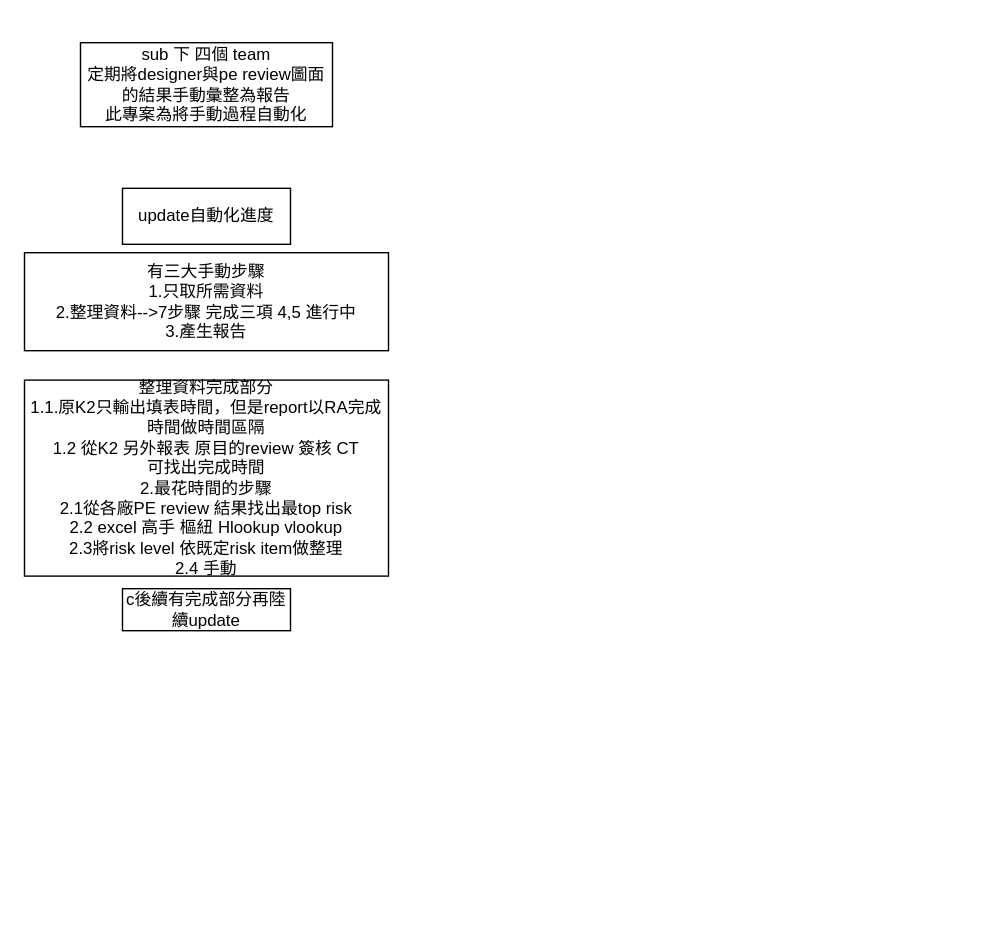
The draw.io diagram 0409.drawio in adrianwu0131/test-repo, before the edit. Source tidied: cells renumbered, new cells numbered last; positions are measured from the earlier drawing's top-left corner, leaving out a move shared by most shapes. Both pictures are drawn from the tidied source at 140%, with x=0, y=0 at pixel (24, 42).
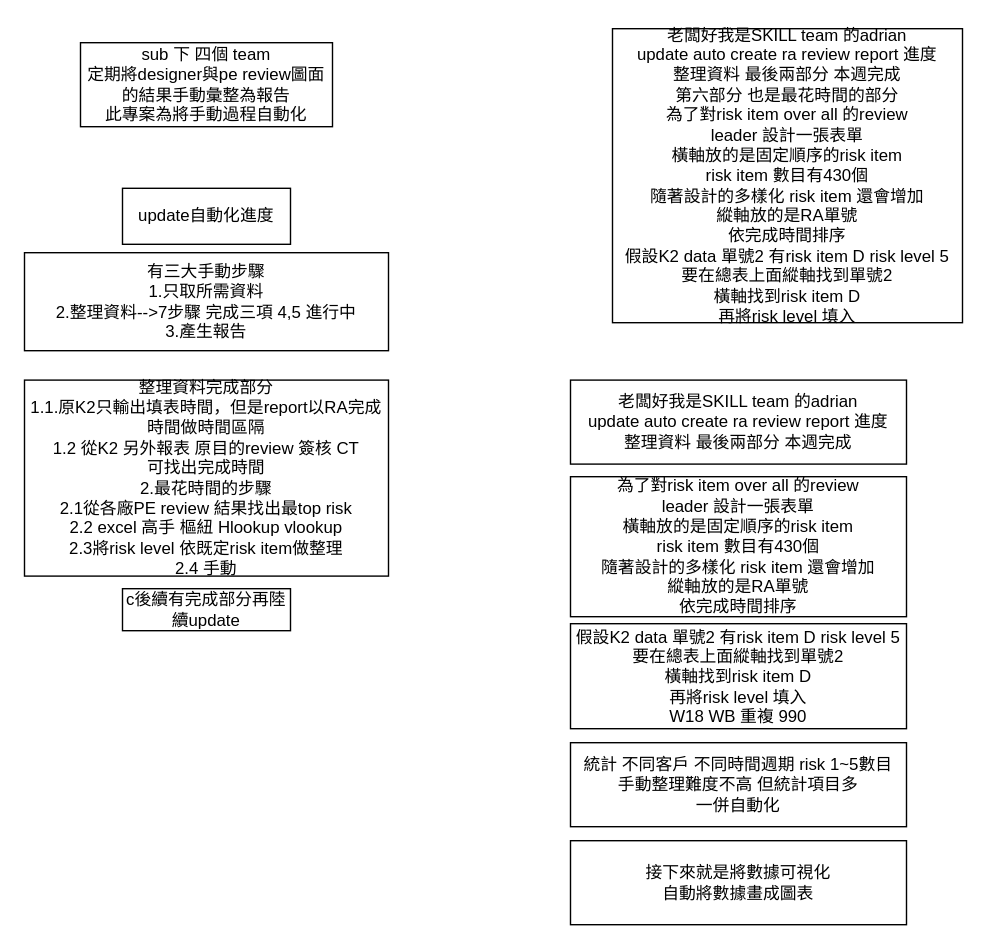
Above is the later version.

Diff of the diagram source:
```diff
@@
 <mxGraphModel>
   <root>
     <mxCell id="0" />
     <mxCell id="1" parent="0" />
     <mxCell id="2" value="sub 下 四個 team&lt;br&gt;定期將designer與pe review圖面的結果手動彙整為報告&lt;br&gt;此專案為將手動過程自動化" style="rounded=0;whiteSpace=wrap;html=1;" parent="1" vertex="1">
       <mxGeometry x="40" width="180" height="60" as="geometry" />
     </mxCell>
     <mxCell id="3" value="update自動化進度" style="rounded=0;whiteSpace=wrap;html=1;" parent="1" vertex="1">
       <mxGeometry x="70" y="104" width="120" height="40" as="geometry" />
     </mxCell>
     <mxCell id="4" value="有三大手動步驟&lt;br&gt;1.只取所需資料&lt;br&gt;2.整理資料--&amp;gt;7步驟 完成三項 4,5 進行中&lt;br&gt;3.產生報告" style="rounded=0;whiteSpace=wrap;html=1;" parent="1" vertex="1">
       <mxGeometry y="150" width="260" height="70" as="geometry" />
     </mxCell>
     <mxCell id="5" value="整理資料完成部分&lt;br&gt;1.1.原K2只輸出填表時間，但是report以RA完成時間做時間區隔&lt;br&gt;1.2 從K2 另外報表 原目的review 簽核 CT &lt;br&gt;可找出完成時間&lt;br&gt;2.最花時間的步驟&lt;br&gt;2.1從各廠PE review 結果找出最top risk&lt;br&gt;2.2 excel 高手 樞紐 Hlookup vlookup&lt;br&gt;2.3將risk level 依既定risk item做整理&lt;br&gt;2.4 手動" style="rounded=0;whiteSpace=wrap;html=1;" parent="1" vertex="1">
       <mxGeometry y="241" width="260" height="140" as="geometry" />
     </mxCell>
     <mxCell id="6" value="c後續有完成部分再陸續update" style="rounded=0;whiteSpace=wrap;html=1;" parent="1" vertex="1">
       <mxGeometry x="70" y="390" width="120" height="30" as="geometry" />
     </mxCell>
+    <mxCell id="7" value="老闆好我是SKILL team 的adrian&lt;br&gt;update auto create ra review report 進度&lt;br&gt;整理資料 最後兩部分 本週完成&lt;br&gt;第六部分 也是最花時間的部分&lt;br&gt;為了對risk item over all 的review&lt;br&gt;leader 設計一張表單&lt;br&gt;橫軸放的是固定順序的risk item&lt;br&gt;risk item 數目有430個&lt;br&gt;隨著設計的多樣化 risk item 還會增加&lt;br&gt;縱軸放的是RA單號&lt;br&gt;依完成時間排序&lt;br&gt;假設K2 data 單號2 有risk item D risk level 5&lt;br&gt;要在總表上面縱軸找到單號2&lt;br&gt;橫軸找到risk item D&lt;br&gt;再將risk level 填入" style="rounded=0;whiteSpace=wrap;html=1;" parent="1" vertex="1">
+      <mxGeometry x="420" y="-10" width="250" height="210" as="geometry" />
+    </mxCell>
+    <mxCell id="8" value="&lt;span&gt;老闆好我是SKILL team 的adrian&lt;/span&gt;&lt;br&gt;&lt;span&gt;update auto create ra review report 進度&lt;/span&gt;&lt;br&gt;&lt;span&gt;整理資料 最後兩部分 本週完成&lt;/span&gt;" style="rounded=0;whiteSpace=wrap;html=1;" parent="1" vertex="1">
+      <mxGeometry x="390" y="241" width="240" height="60" as="geometry" />
+    </mxCell>
+    <mxCell id="9" value="&lt;span&gt;為了對risk item over all 的review&lt;/span&gt;&lt;br&gt;&lt;span&gt;leader 設計一張表單&lt;/span&gt;&lt;br&gt;&lt;span&gt;橫軸放的是固定順序的risk item&lt;/span&gt;&lt;br&gt;&lt;span&gt;risk item 數目有430個&lt;/span&gt;&lt;br&gt;&lt;span&gt;隨著設計的多樣化 risk item 還會增加&lt;/span&gt;&lt;br&gt;&lt;span&gt;縱軸放的是RA單號&lt;/span&gt;&lt;br&gt;&lt;span&gt;依完成時間排序&lt;/span&gt;" style="rounded=0;whiteSpace=wrap;html=1;" parent="1" vertex="1">
+      <mxGeometry x="390" y="310" width="240" height="100" as="geometry" />
+    </mxCell>
+    <mxCell id="10" value="&lt;span&gt;假設K2 data 單號2 有risk item D risk level 5&lt;/span&gt;&lt;br&gt;&lt;span&gt;要在總表上面縱軸找到單號2&lt;/span&gt;&lt;br&gt;&lt;span&gt;橫軸找到risk item D&lt;/span&gt;&lt;br&gt;&lt;span&gt;再將risk level 填入&lt;br&gt;W18 WB 重複 990&lt;br&gt;&lt;/span&gt;" style="rounded=0;whiteSpace=wrap;html=1;" parent="1" vertex="1">
+      <mxGeometry x="390" y="415" width="240" height="75" as="geometry" />
+    </mxCell>
+    <mxCell id="11" value="統計 不同客戶 不同時間週期 risk 1~5數目&lt;br&gt;手動整理難度不高 但統計項目多&lt;br&gt;一併自動化" style="rounded=0;whiteSpace=wrap;html=1;" parent="1" vertex="1">
+      <mxGeometry x="390" y="500" width="240" height="60" as="geometry" />
+    </mxCell>
+    <mxCell id="12" value="接下來就是將數據可視化&lt;br&gt;自動將數據畫成圖表" style="rounded=0;whiteSpace=wrap;html=1;" parent="1" vertex="1">
+      <mxGeometry x="390" y="570" width="240" height="60" as="geometry" />
+    </mxCell>
   </root>
 </mxGraphModel>
```
